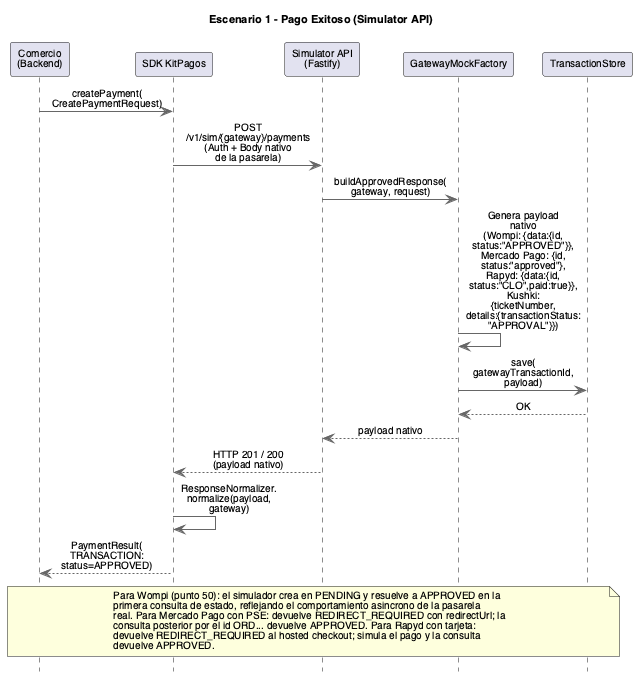
PurosBrothers/Kit-Pagos-Colombia---Tesis keeps this PlantUML diagram as docs/architecture/Simulador API/Sequence Diagram - Successful Payment.png. Above is the earlier version.
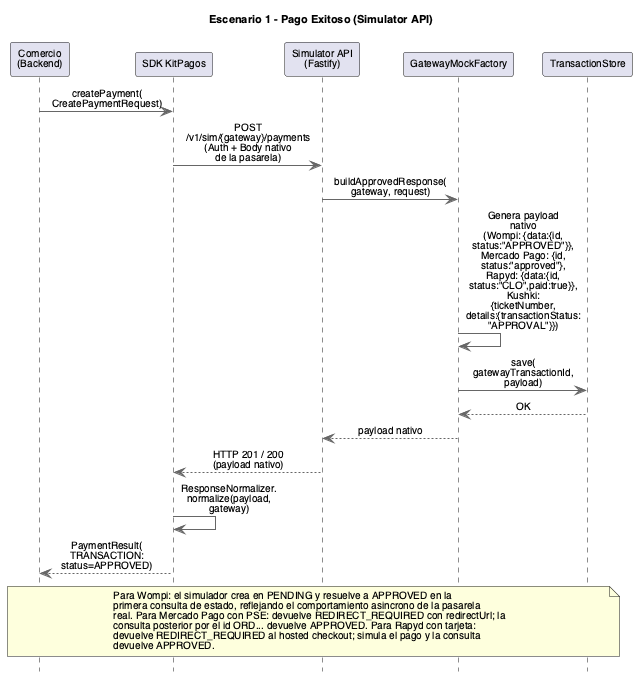
After the change.

Diff of the diagram source:
```diff
@@ -35,7 +35,7 @@
 SDK --> Comercio : PaymentResult(\nTRANSACTION:\nstatus=APPROVED)
 
 note over Comercio, Store
-  Para Wompi (punto 50): el simulador crea en PENDING y resuelve a APPROVED en la
+  Para Wompi: el simulador crea en PENDING y resuelve a APPROVED en la
   primera consulta de estado, reflejando el comportamiento asincrono de la pasarela
   real. Para Mercado Pago con PSE: devuelve REDIRECT_REQUIRED con redirectUrl; la
   consulta posterior por el id ORD... devuelve APPROVED. Para Rapyd con tarjeta:
```
